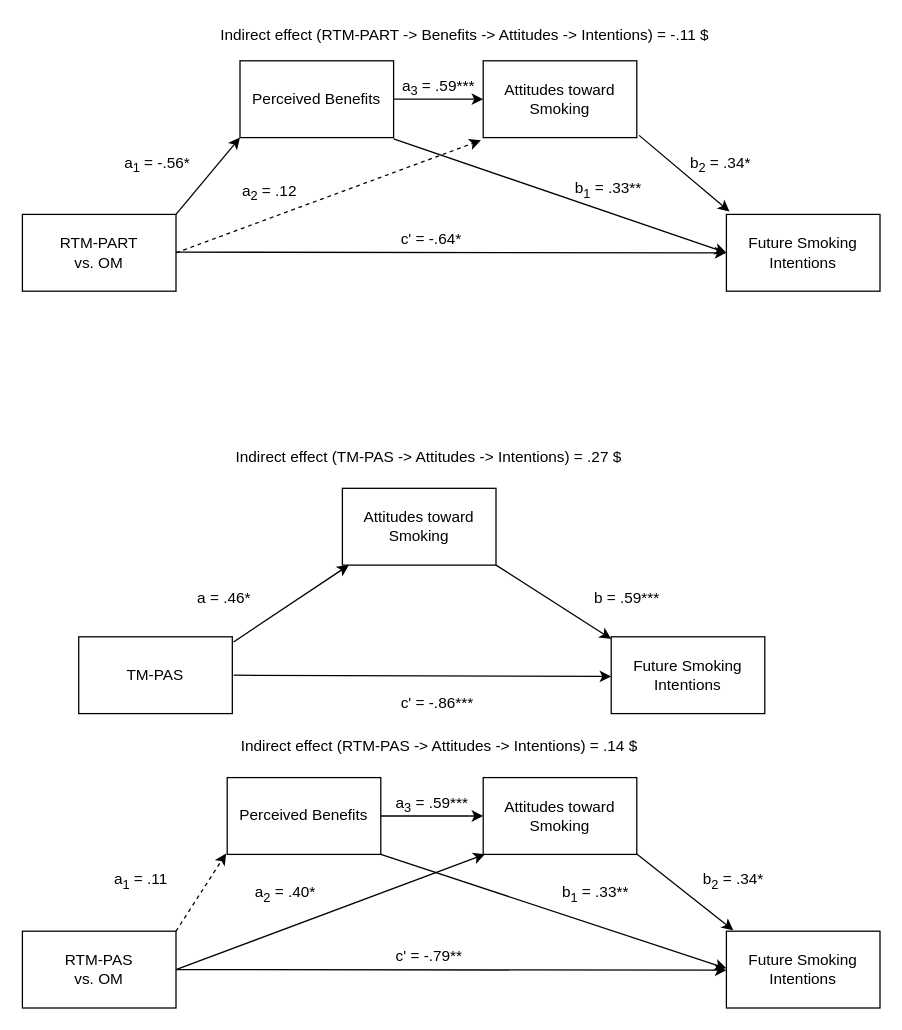
The draw.io diagram TM_PART_PAS.drawio in huangfuyang/CUHK-Thesis-Template, before the edit. Source tidied: cells renumbered, new cells numbered last; positions are measured from the earlier drawing's top-left corner, leaving out a move shared by most shapes. Both pictures are drawn from the tidied source at 128%, with x=0, y=0 at pixel (22, 22).
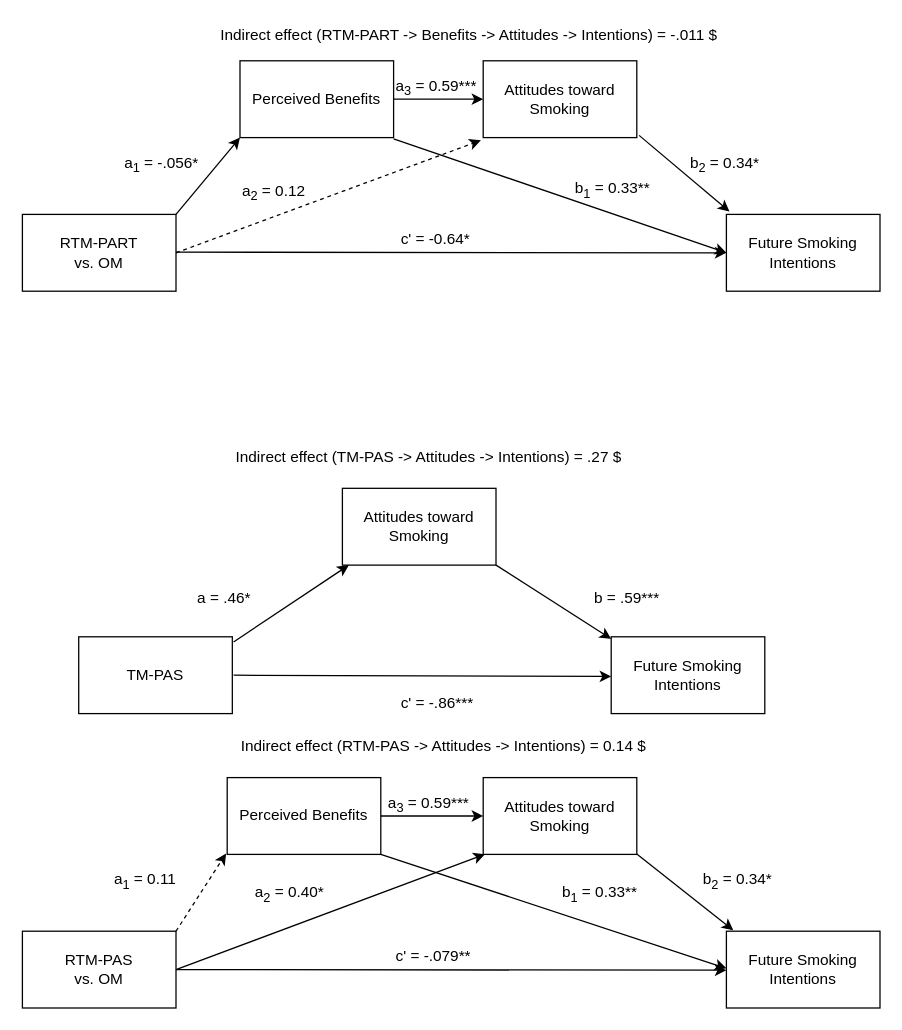
Above is the later version.

Diff of the diagram source:
```diff
@@
-    <mxCell id="10" value="c' = -.64*" style="text;html=1;align=left;verticalAlign=top;spacingTop=-4;" parent="1" vertex="1">
-      <mxGeometry x="294" y="160" width="60" height="20" as="geometry" />
+    <mxCell id="10" value="c' = -0.64*" style="text;html=1;align=left;verticalAlign=top;spacingTop=-4;" parent="1" vertex="1">
+      <mxGeometry x="294" y="160" width="70" height="20" as="geometry" />
     </mxCell>
-    <mxCell id="11" value="a&lt;sub&gt;1&lt;/sub&gt; = -.56*" style="text;html=1;align=left;verticalAlign=top;spacingTop=-4;" parent="1" vertex="1">
+    <mxCell id="11" value="a&lt;sub&gt;1&lt;/sub&gt; = -.056*" style="text;html=1;align=left;verticalAlign=top;spacingTop=-4;" parent="1" vertex="1">
       <mxGeometry x="78" y="100" width="70" height="20" as="geometry" />
     </mxCell>
-    <mxCell id="12" value="a&lt;sub&gt;3&lt;/sub&gt; = .59***" style="text;html=1;align=left;verticalAlign=top;spacingTop=-4;" parent="1" vertex="1">
-      <mxGeometry x="295" y="40" width="70" height="20" as="geometry" />
+    <mxCell id="12" value="a&lt;sub&gt;3&lt;/sub&gt; = 0.59***" style="text;html=1;align=left;verticalAlign=top;spacingTop=-4;" parent="1" vertex="1">
+      <mxGeometry x="290" y="40" width="80" height="20" as="geometry" />
     </mxCell>
@@
-    <mxCell id="14" value="a&lt;sub&gt;2&lt;/sub&gt; = .40*" style="text;html=1;align=left;verticalAlign=top;spacingTop=-4;" parent="1" vertex="1">
-      <mxGeometry x="180" y="670" width="60" height="20" as="geometry" />
+    <mxCell id="14" value="a&lt;sub&gt;2&lt;/sub&gt; = 0.40*" style="text;html=1;align=left;verticalAlign=top;spacingTop=-4;" parent="1" vertex="1">
+      <mxGeometry x="180" y="670" width="70" height="20" as="geometry" />
     </mxCell>
-    <mxCell id="15" value="b&lt;sub&gt;2&lt;/sub&gt; = .34*" style="text;html=1;align=left;verticalAlign=top;spacingTop=-4;" parent="1" vertex="1">
-      <mxGeometry x="520" y="100" width="60" height="20" as="geometry" />
+    <mxCell id="15" value="b&lt;sub&gt;2&lt;/sub&gt; = 0.34*" style="text;html=1;align=left;verticalAlign=top;spacingTop=-4;" parent="1" vertex="1">
+      <mxGeometry x="520" y="100" width="70" height="20" as="geometry" />
     </mxCell>
@@
-    <mxCell id="17" value="b&lt;sub&gt;1&lt;/sub&gt; = .33**" style="text;html=1;align=left;verticalAlign=top;spacingTop=-4;" parent="1" vertex="1">
+    <mxCell id="17" value="b&lt;sub&gt;1&lt;/sub&gt; = 0.33**" style="text;html=1;align=left;verticalAlign=top;spacingTop=-4;" parent="1" vertex="1">
       <mxGeometry x="430" y="120" width="70" height="20" as="geometry" />
     </mxCell>
-    <mxCell id="18" value="Indirect effect (RTM-PART -&amp;gt; Benefits -&amp;gt; Attitudes -&amp;gt; Intentions) = -.11 $" style="text;html=1;align=left;verticalAlign=top;spacingTop=-4;" parent="1" vertex="1">
+    <mxCell id="18" value="Indirect effect (RTM-PART -&amp;gt; Benefits -&amp;gt; Attitudes -&amp;gt; Intentions) = -.011 $" style="text;html=1;align=left;verticalAlign=top;spacingTop=-4;" parent="1" vertex="1">
       <mxGeometry x="153" width="400" height="20" as="geometry" />
     </mxCell>
@@
-    <mxCell id="30" value="a&lt;sub&gt;3&lt;/sub&gt; = .59***" style="text;html=1;align=left;verticalAlign=top;spacingTop=-4;" parent="1" vertex="1">
-      <mxGeometry x="290" y="600" width="70" height="20" as="geometry" />
+    <mxCell id="30" value="a&lt;sub&gt;3&lt;/sub&gt; = 0.59***" style="text;html=1;align=left;verticalAlign=top;spacingTop=-4;" parent="1" vertex="1">
+      <mxGeometry x="284" y="600" width="80" height="20" as="geometry" />
     </mxCell>
@@
-    <mxCell id="37" value="a&lt;sub&gt;1&lt;/sub&gt; = .11" style="text;html=1;align=left;verticalAlign=top;spacingTop=-4;" parent="1" vertex="1">
+    <mxCell id="37" value="a&lt;sub&gt;1&lt;/sub&gt; = 0.11" style="text;html=1;align=left;verticalAlign=top;spacingTop=-4;" parent="1" vertex="1">
       <mxGeometry x="70" y="660" width="60" height="20" as="geometry" />
     </mxCell>
-    <mxCell id="38" value="c' = -.79**" style="text;html=1;align=left;verticalAlign=top;spacingTop=-4;" parent="1" vertex="1">
+    <mxCell id="38" value="c' = -.079**" style="text;html=1;align=left;verticalAlign=top;spacingTop=-4;" parent="1" vertex="1">
       <mxGeometry x="290" y="720" width="70" height="20" as="geometry" />
     </mxCell>
-    <mxCell id="39" value="b&lt;sub&gt;2&lt;/sub&gt; = .34*" style="text;html=1;align=left;verticalAlign=top;spacingTop=-4;" parent="1" vertex="1">
-      <mxGeometry x="530" y="660" width="60" height="20" as="geometry" />
+    <mxCell id="39" value="b&lt;sub&gt;2&lt;/sub&gt; = 0.34*" style="text;html=1;align=left;verticalAlign=top;spacingTop=-4;" parent="1" vertex="1">
+      <mxGeometry x="530" y="660" width="70" height="20" as="geometry" />
     </mxCell>
-    <mxCell id="40" value="b&lt;sub&gt;1&lt;/sub&gt; = .33**" style="text;html=1;align=left;verticalAlign=top;spacingTop=-4;" parent="1" vertex="1">
+    <mxCell id="40" value="b&lt;sub&gt;1&lt;/sub&gt; = 0.33**" style="text;html=1;align=left;verticalAlign=top;spacingTop=-4;" parent="1" vertex="1">
       <mxGeometry x="420" y="670" width="70" height="20" as="geometry" />
     </mxCell>
@@
-    <mxCell id="45" value="a&lt;sub&gt;2&lt;/sub&gt; = .12" style="text;html=1;align=left;verticalAlign=top;spacingTop=-4;" parent="1" vertex="1">
+    <mxCell id="45" value="a&lt;sub&gt;2&lt;/sub&gt; = 0.12" style="text;html=1;align=left;verticalAlign=top;spacingTop=-4;" parent="1" vertex="1">
       <mxGeometry x="170" y="121.5" width="60" height="20" as="geometry" />
     </mxCell>
-    <mxCell id="46" value="Indirect effect (RTM-PAS -&amp;gt; Attitudes -&amp;gt; Intentions) = .14 $" style="text;html=1;align=left;verticalAlign=top;spacingTop=-4;" parent="1" vertex="1">
+    <mxCell id="46" value="Indirect effect (RTM-PAS -&amp;gt; Attitudes -&amp;gt; Intentions) = 0.14 $" style="text;html=1;align=left;verticalAlign=top;spacingTop=-4;" parent="1" vertex="1">
       <mxGeometry x="169" y="556" width="330" height="20" as="geometry" />
     </mxCell>
```
